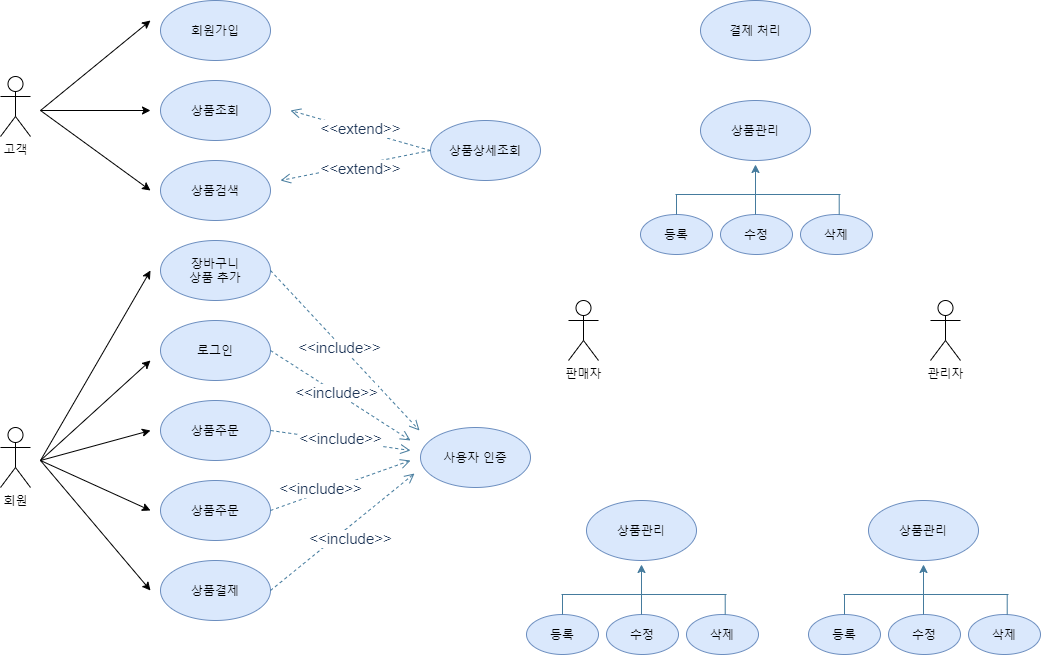
Above: Actor Diagram.png in osiris0607/Project (draw.io), before the change. Source tidied: cells renumbered, new cells last; positions are measured from the earlier drawing's top-left corner, leaving out a move shared by most shapes.
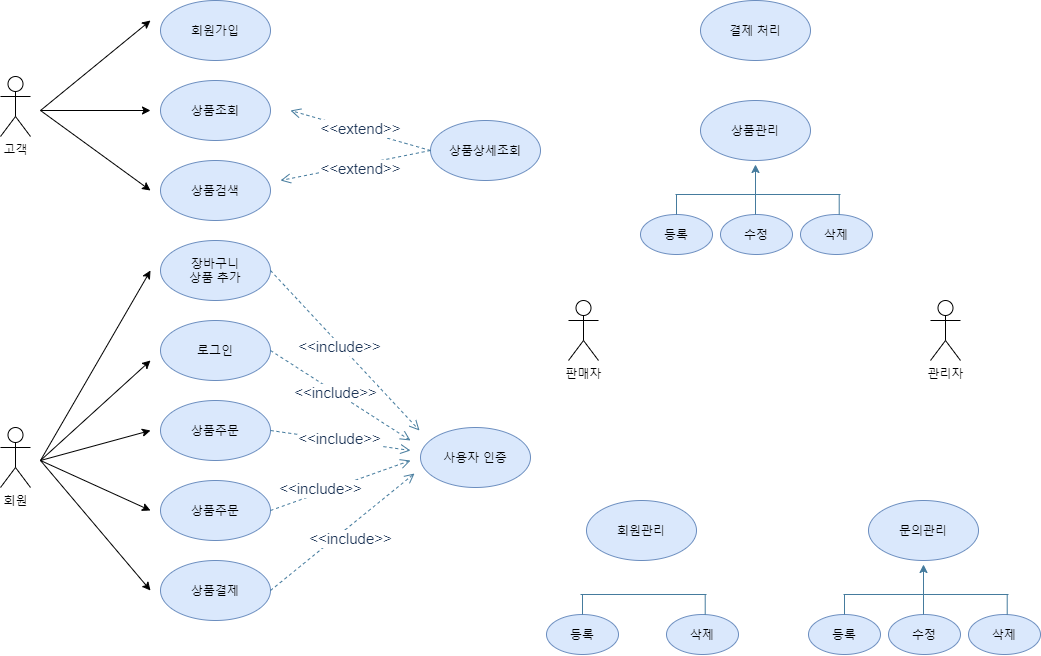
The same diagram one commit later.

Change to the diagram source:
```diff
@@ -167,42 +167,33 @@
         <mxPoint x="755" y="164" as="targetPoint" />
       </mxGeometry>
     </mxCell>
-    <mxCell id="40" value="상품관리" style="ellipse;whiteSpace=wrap;html=1;fillColor=#dae8fc;strokeColor=#6c8ebf;" parent="1" vertex="1">
+    <mxCell id="40" value="회원관리" style="ellipse;whiteSpace=wrap;html=1;fillColor=#dae8fc;strokeColor=#6c8ebf;" parent="1" vertex="1">
       <mxGeometry x="586" y="500" width="110" height="60" as="geometry" />
     </mxCell>
     <mxCell id="41" value="등록" style="ellipse;whiteSpace=wrap;html=1;fillColor=#dae8fc;strokeColor=#6c8ebf;" parent="1" vertex="1">
-      <mxGeometry x="526" y="614" width="72" height="40" as="geometry" />
+      <mxGeometry x="546" y="614" width="72" height="40" as="geometry" />
     </mxCell>
-    <mxCell id="42" value="수정" style="ellipse;whiteSpace=wrap;html=1;fillColor=#dae8fc;strokeColor=#6c8ebf;" parent="1" vertex="1">
-      <mxGeometry x="606" y="614" width="72" height="40" as="geometry" />
-    </mxCell>
     <mxCell id="43" value="삭제" style="ellipse;whiteSpace=wrap;html=1;fillColor=#dae8fc;strokeColor=#6c8ebf;" parent="1" vertex="1">
-      <mxGeometry x="686" y="614" width="72" height="40" as="geometry" />
+      <mxGeometry x="666" y="614" width="72" height="40" as="geometry" />
     </mxCell>
     <mxCell id="44" style="endArrow=none;html=1;strokeColor=#457B9D;fillColor=#A8DADC;fontColor=#1D3557;" parent="1" edge="1">
       <mxGeometry relative="1" as="geometry">
-        <mxPoint x="561" y="594" as="sourcePoint" />
-        <mxPoint x="726" y="594" as="targetPoint" />
+        <mxPoint x="580" y="594" as="sourcePoint" />
+        <mxPoint x="706" y="594" as="targetPoint" />
       </mxGeometry>
     </mxCell>
     <mxCell id="45" style="endArrow=none;html=1;strokeColor=#457B9D;fillColor=#A8DADC;fontColor=#1D3557;exitX=0.5;exitY=0;exitDx=0;exitDy=0;" parent="1" edge="1" source="41">
       <mxGeometry relative="1" as="geometry">
-        <mxPoint x="562" y="594" as="targetPoint" />
+        <mxPoint x="582" y="594" as="targetPoint" />
       </mxGeometry>
     </mxCell>
     <mxCell id="46" style="endArrow=none;html=1;strokeColor=#457B9D;fillColor=#A8DADC;fontColor=#1D3557;exitX=0.5;exitY=0;exitDx=0;exitDy=0;" parent="1" edge="1">
       <mxGeometry relative="1" as="geometry">
-        <mxPoint x="724.7" y="614" as="sourcePoint" />
-        <mxPoint x="724.7" y="594" as="targetPoint" />
+        <mxPoint x="704.7" y="614" as="sourcePoint" />
+        <mxPoint x="704.7" y="594" as="targetPoint" />
       </mxGeometry>
     </mxCell>
-    <mxCell id="47" style="endArrow=classic;html=1;strokeColor=#457B9D;fillColor=#A8DADC;fontColor=#1D3557;entryX=0.5;entryY=1;entryDx=0;entryDy=0;" parent="1" edge="1">
-      <mxGeometry relative="1" as="geometry">
-        <mxPoint x="641" y="614" as="sourcePoint" />
-        <mxPoint x="641" y="564" as="targetPoint" />
-      </mxGeometry>
-    </mxCell>
-    <mxCell id="48" value="상품관리" style="ellipse;whiteSpace=wrap;html=1;fillColor=#dae8fc;strokeColor=#6c8ebf;" parent="1" vertex="1">
+    <mxCell id="48" value="문의관리" style="ellipse;whiteSpace=wrap;html=1;fillColor=#dae8fc;strokeColor=#6c8ebf;" parent="1" vertex="1">
       <mxGeometry x="868" y="500" width="110" height="60" as="geometry" />
     </mxCell>
     <mxCell id="49" value="등록" style="ellipse;whiteSpace=wrap;html=1;fillColor=#dae8fc;strokeColor=#6c8ebf;" parent="1" vertex="1">
```
